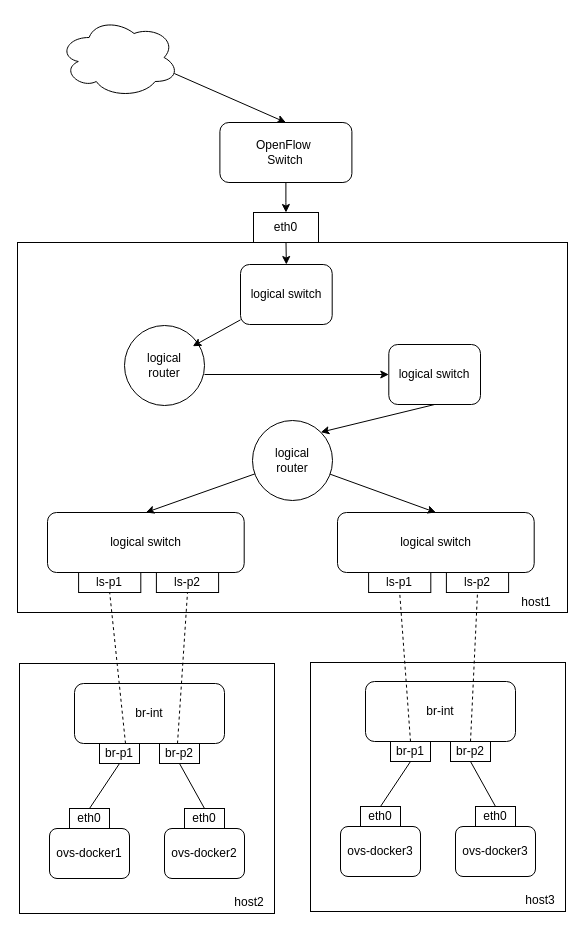
Before: ovncom.drawio in ctimbai/draw.io, a draw.io diagram. Source tidied: cells renumbered, new cells numbered last; positions are measured from the earlier drawing's top-left corner, leaving out a move shared by most shapes. Both pictures are drawn from the tidied source at 100%, with x=0, y=0 at pixel (17, 17).
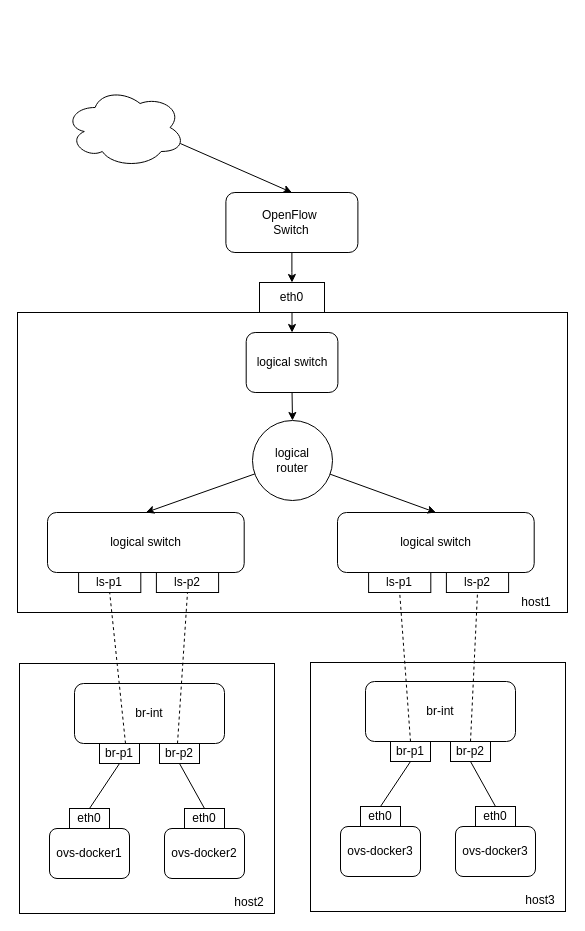
Above is the later version.

The change refers to these unchanged cells:
```xml
<mxCell id="38" value="logical&lt;br&gt;router" style="ellipse;whiteSpace=wrap;html=1;" parent="1" vertex="1">
  <mxGeometry x="235" y="403" width="80" height="80" as="geometry" />
</mxCell>
```

The edit, as a diff of the source:
```diff
@@
     <mxCell id="24" style="rounded=0;whiteSpace=wrap;html=1;" parent="1" vertex="1">
-      <mxGeometry y="225" width="550" height="370" as="geometry" />
+      <mxGeometry y="295" width="550" height="300" as="geometry" />
     </mxCell>
@@
-    <mxCell id="39" style="edgeStyle=none;rounded=0;jettySize=auto;html=1;exitX=0.5;exitY=1;exitDx=0;exitDy=0;entryX=1;entryY=0;entryDx=0;entryDy=0;" parent="1" edge="1" source="40" target="38">
-      <mxGeometry relative="1" as="geometry" />
-    </mxCell>
-    <mxCell id="40" value="&lt;span style=&quot;white-space: normal&quot;&gt;logical switch&lt;/span&gt;" style="rounded=1;whiteSpace=wrap;html=1;" parent="1" vertex="1">
-      <mxGeometry x="371.3" y="327" width="91.7" height="60" as="geometry" />
-    </mxCell>
-    <mxCell id="41" style="edgeStyle=none;rounded=0;jettySize=auto;html=1;entryX=0;entryY=0.5;entryDx=0;entryDy=0;" parent="1" edge="1" target="40">
-      <mxGeometry relative="1" as="geometry">
-        <mxPoint x="187" y="357" as="sourcePoint" />
-      </mxGeometry>
-    </mxCell>
-    <mxCell id="42" value="logical&lt;br&gt;router" style="ellipse;whiteSpace=wrap;html=1;" parent="1" vertex="1">
-      <mxGeometry x="107" y="308" width="80" height="80" as="geometry" />
-    </mxCell>
-    <mxCell id="43" style="rounded=0;jettySize=auto;html=1;entryX=1;entryY=0;entryDx=0;entryDy=0;" parent="1" edge="1" source="44">
-      <mxGeometry relative="1" as="geometry">
-        <mxPoint x="175.3" y="328.7" as="targetPoint" />
-      </mxGeometry>
-    </mxCell>
+    <mxCell id="51" style="edgeStyle=none;rounded=0;jettySize=auto;html=1;exitX=0.5;exitY=1;exitDx=0;exitDy=0;" parent="1" edge="1" source="44" target="38">
+      <mxGeometry relative="1" as="geometry" />
+    </mxCell>
     <mxCell id="44" value="&lt;span style=&quot;white-space: normal&quot;&gt;logical switch&lt;/span&gt;" style="rounded=1;whiteSpace=wrap;html=1;" parent="1" vertex="1">
-      <mxGeometry x="223" y="247" width="91.7" height="60" as="geometry" />
+      <mxGeometry x="228.7" y="315" width="91.7" height="60" as="geometry" />
     </mxCell>
@@
     <mxCell id="46" value="eth0" style="rounded=0;whiteSpace=wrap;html=1;" parent="1" vertex="1">
-      <mxGeometry x="236" y="195" width="65" height="30" as="geometry" />
+      <mxGeometry x="242" y="265" width="65" height="30" as="geometry" />
     </mxCell>
@@
     <mxCell id="48" value="OpenFlow&amp;nbsp;&lt;br&gt;Switch" style="rounded=1;whiteSpace=wrap;html=1;" parent="1" vertex="1">
-      <mxGeometry x="202.4" y="105" width="132" height="60" as="geometry" />
+      <mxGeometry x="208.4" y="175" width="132" height="60" as="geometry" />
     </mxCell>
     <mxCell id="49" style="ellipse;shape=cloud;whiteSpace=wrap;html=1;" parent="1" vertex="1">
-      <mxGeometry x="41.6" width="120" height="80" as="geometry" />
+      <mxGeometry x="47.6" y="70" width="120" height="80" as="geometry" />
     </mxCell>
```
